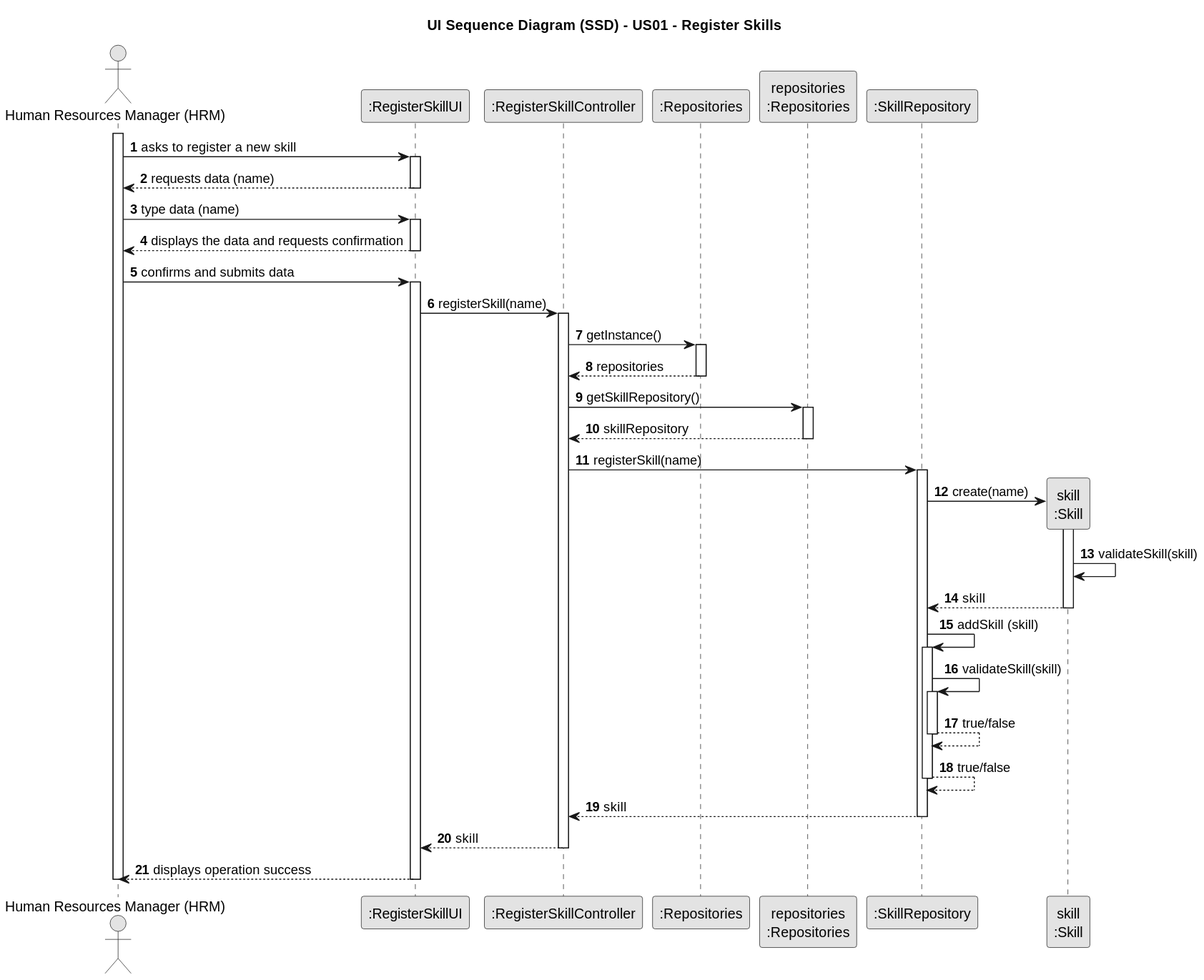
Above: docs/sprint2/us01/03.design/svg/us01-sequence-diagram.svg in Departamento-de-Engenharia-Informatica/lei-24-s2-1db-g022 (PlantUML), before the change.
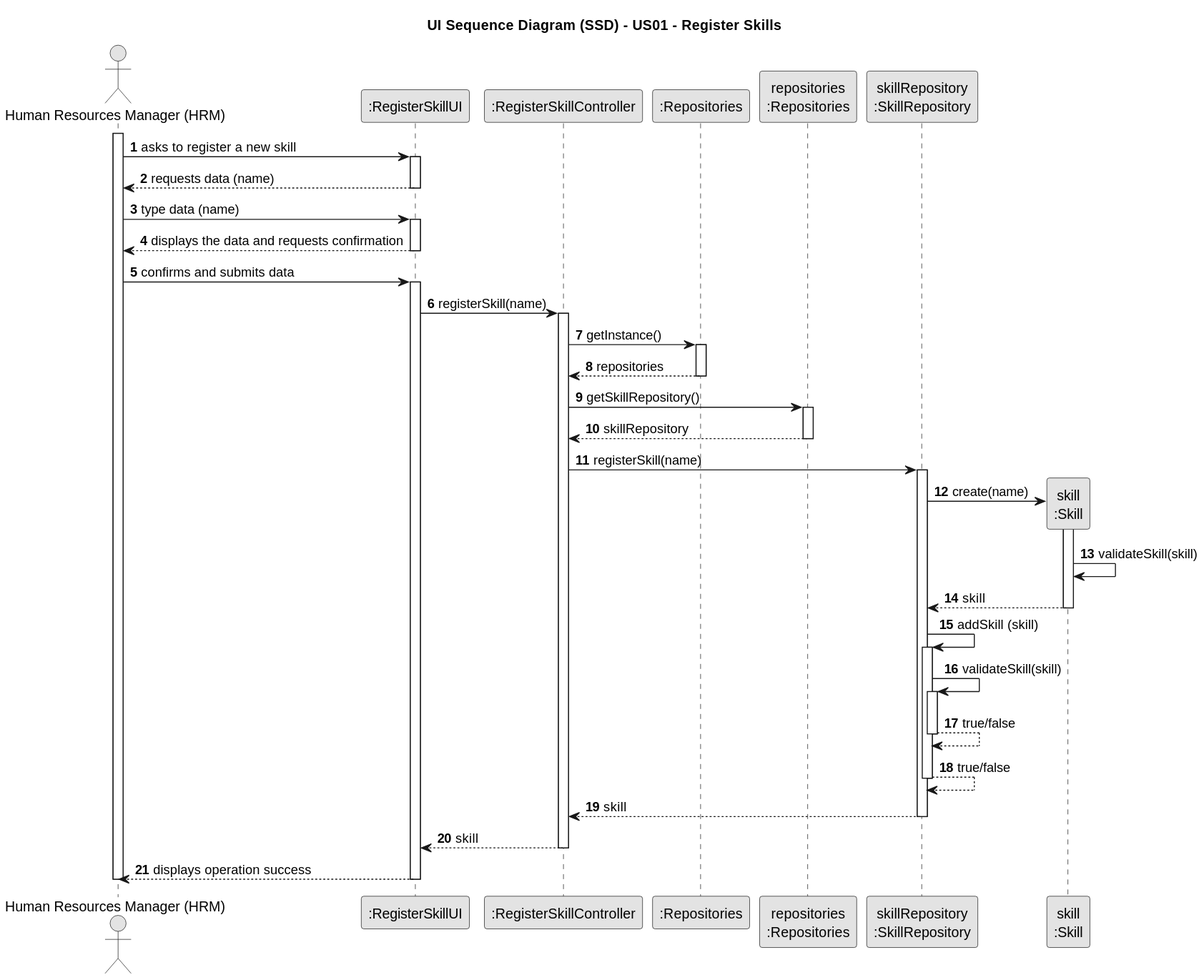
Above is the later version.

The edit, as a diff of the source:
```diff
@@ -12,7 +12,7 @@
 participant ":RegisterSkillController" as CTRL
 participant ":Repositories" as RepositorySingleton
 participant "repositories\n:Repositories" as PLAT
-participant ":SkillRepository" as SR
+participant "skillRepository\n:SkillRepository" as SR
 participant "skill\n:Skill" as SKILL
 
 activate HRM
```
